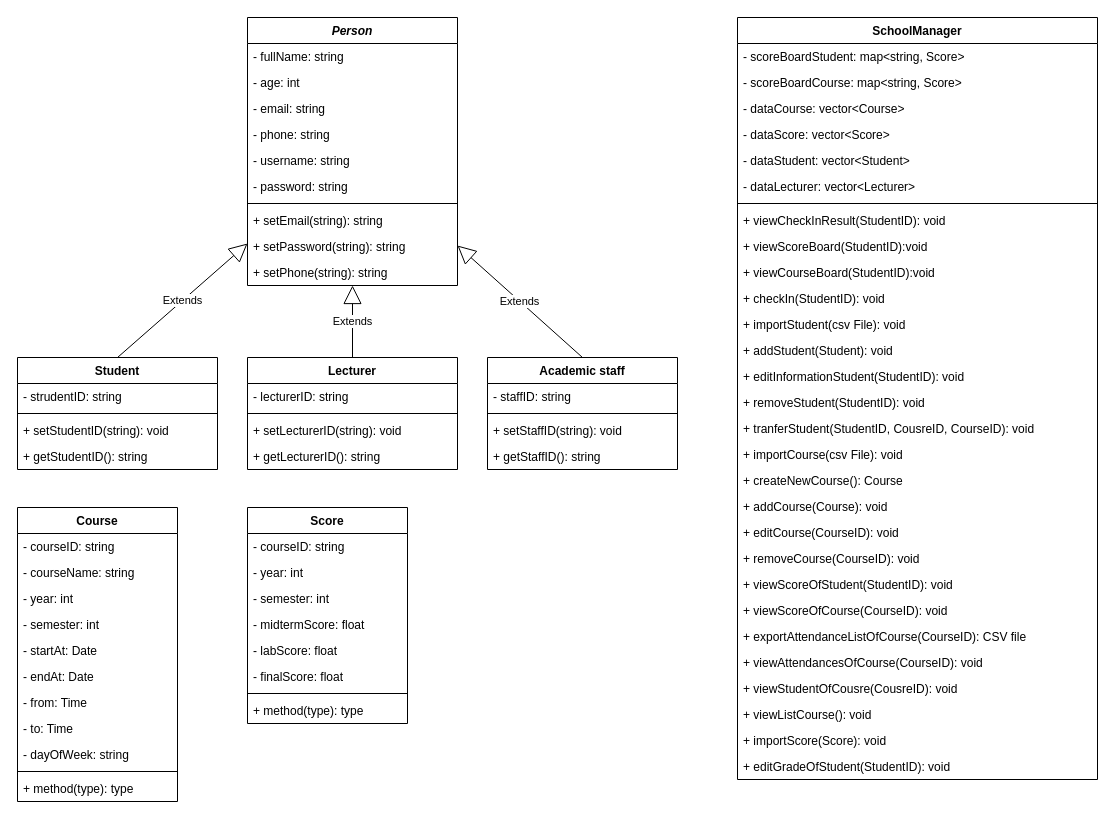
Earlier version of the draw.io diagram Design/Design.drawio (TrungNgoVan/Project_SMSystem). Source tidied: cells renumbered, new cells numbered last; positions are measured from the earlier drawing's top-left corner, leaving out a move shared by most shapes. Both pictures are drawn from the tidied source at 100%, with x=0, y=0 at pixel (17, 17).
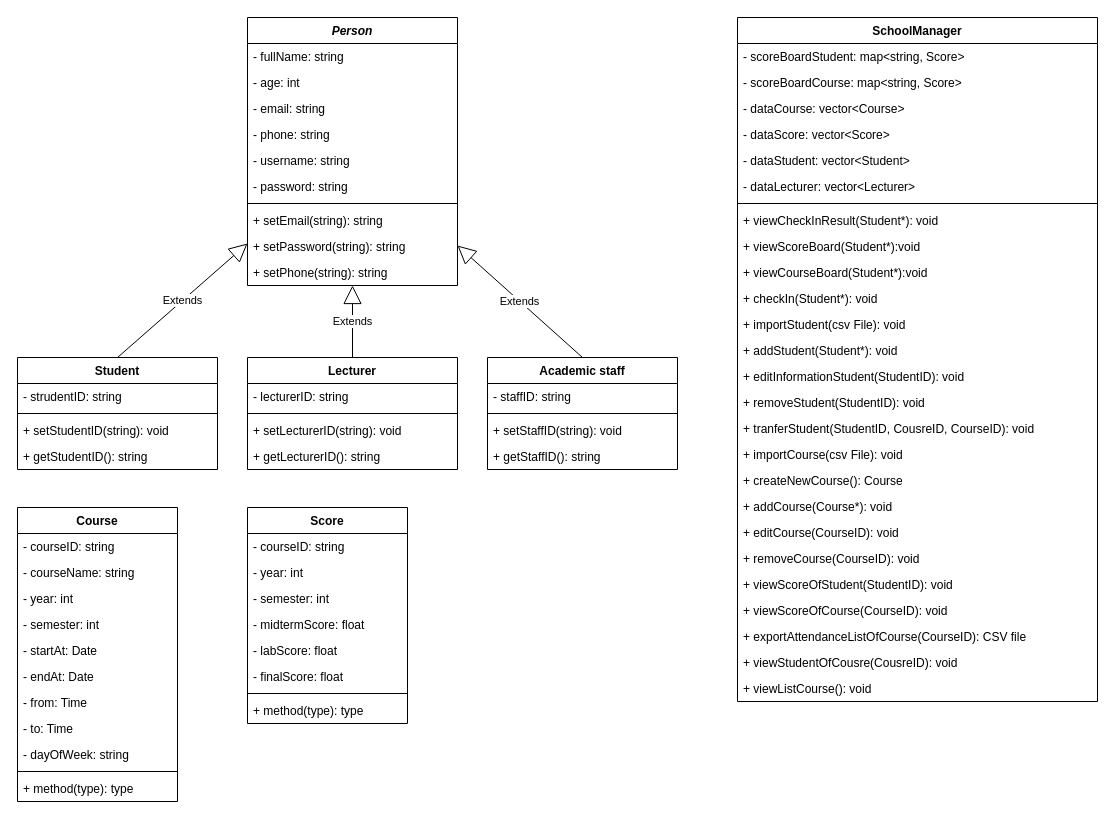
The same diagram, later.

What changed in the source:
```diff
@@
     <mxCell id="52" value="SchoolManager" style="swimlane;fontStyle=1;align=center;verticalAlign=top;horizontal=1;startSize=26;" parent="1" vertex="1">
-      <mxGeometry x="720" width="360" height="762" as="geometry" />
+      <mxGeometry x="720" width="360" height="684" as="geometry" />
     </mxCell>
@@
-    <mxCell id="60" value="+ viewCheckInResult(StudentID): void" style="text;strokeColor=none;fillColor=none;align=left;verticalAlign=top;spacingLeft=4;spacingRight=4;overflow=hidden;" parent="52" vertex="1">
+    <mxCell id="60" value="+ viewCheckInResult(Student*): void" style="text;strokeColor=none;fillColor=none;align=left;verticalAlign=top;spacingLeft=4;spacingRight=4;overflow=hidden;" parent="52" vertex="1">
       <mxGeometry y="190" width="360" height="26" as="geometry" />
     </mxCell>
-    <mxCell id="61" value="+ viewScoreBoard(StudentID):void" style="text;strokeColor=none;fillColor=none;align=left;verticalAlign=top;spacingLeft=4;spacingRight=4;overflow=hidden;" parent="52" vertex="1">
+    <mxCell id="61" value="+ viewScoreBoard(Student*):void" style="text;strokeColor=none;fillColor=none;align=left;verticalAlign=top;spacingLeft=4;spacingRight=4;overflow=hidden;" parent="52" vertex="1">
       <mxGeometry y="216" width="360" height="26" as="geometry" />
     </mxCell>
-    <mxCell id="62" value="+ viewCourseBoard(StudentID):void" style="text;strokeColor=none;fillColor=none;align=left;verticalAlign=top;spacingLeft=4;spacingRight=4;overflow=hidden;" parent="52" vertex="1">
+    <mxCell id="62" value="+ viewCourseBoard(Student*):void" style="text;strokeColor=none;fillColor=none;align=left;verticalAlign=top;spacingLeft=4;spacingRight=4;overflow=hidden;" parent="52" vertex="1">
       <mxGeometry y="242" width="360" height="26" as="geometry" />
     </mxCell>
-    <mxCell id="63" value="+ checkIn(StudentID): void" style="text;strokeColor=none;fillColor=none;align=left;verticalAlign=top;spacingLeft=4;spacingRight=4;overflow=hidden;" parent="52" vertex="1">
+    <mxCell id="63" value="+ checkIn(Student*): void" style="text;strokeColor=none;fillColor=none;align=left;verticalAlign=top;spacingLeft=4;spacingRight=4;overflow=hidden;" parent="52" vertex="1">
       <mxGeometry y="268" width="360" height="26" as="geometry" />
     </mxCell>
@@
-    <mxCell id="65" value="+ addStudent(Student): void" style="text;strokeColor=none;fillColor=none;align=left;verticalAlign=top;spacingLeft=4;spacingRight=4;overflow=hidden;" parent="52" vertex="1">
+    <mxCell id="65" value="+ addStudent(Student*): void" style="text;strokeColor=none;fillColor=none;align=left;verticalAlign=top;spacingLeft=4;spacingRight=4;overflow=hidden;" parent="52" vertex="1">
       <mxGeometry y="320" width="360" height="26" as="geometry" />
     </mxCell>
@@
-    <mxCell id="71" value="+ addCourse(Course): void" style="text;strokeColor=none;fillColor=none;align=left;verticalAlign=top;spacingLeft=4;spacingRight=4;overflow=hidden;" parent="52" vertex="1">
+    <mxCell id="71" value="+ addCourse(Course*): void" style="text;strokeColor=none;fillColor=none;align=left;verticalAlign=top;spacingLeft=4;spacingRight=4;overflow=hidden;" parent="52" vertex="1">
       <mxGeometry y="476" width="360" height="26" as="geometry" />
     </mxCell>
@@
-    <mxCell id="77" value="+ viewAttendancesOfCourse(CourseID): void" style="text;strokeColor=none;fillColor=none;align=left;verticalAlign=top;spacingLeft=4;spacingRight=4;overflow=hidden;" parent="52" vertex="1">
-      <mxGeometry y="632" width="360" height="26" as="geometry" />
-    </mxCell>
     <mxCell id="78" value="+ viewStudentOfCousre(CousreID): void" style="text;strokeColor=none;fillColor=none;align=left;verticalAlign=top;spacingLeft=4;spacingRight=4;overflow=hidden;" parent="52" vertex="1">
-      <mxGeometry y="658" width="360" height="26" as="geometry" />
+      <mxGeometry y="632" width="360" height="26" as="geometry" />
     </mxCell>
     <mxCell id="79" value="+ viewListCourse(): void" style="text;strokeColor=none;fillColor=none;align=left;verticalAlign=top;spacingLeft=4;spacingRight=4;overflow=hidden;" parent="52" vertex="1">
-      <mxGeometry y="684" width="360" height="26" as="geometry" />
+      <mxGeometry y="658" width="360" height="26" as="geometry" />
     </mxCell>
-    <mxCell id="80" value="+ importScore(Score): void&#10;" style="text;strokeColor=none;fillColor=none;align=left;verticalAlign=top;spacingLeft=4;spacingRight=4;overflow=hidden;" parent="52" vertex="1">
-      <mxGeometry y="710" width="360" height="26" as="geometry" />
-    </mxCell>
-    <mxCell id="81" value="+ editGradeOfStudent(StudentID): void" style="text;strokeColor=none;fillColor=none;align=left;verticalAlign=top;spacingLeft=4;spacingRight=4;overflow=hidden;" parent="52" vertex="1">
-      <mxGeometry y="736" width="360" height="26" as="geometry" />
-    </mxCell>
```
